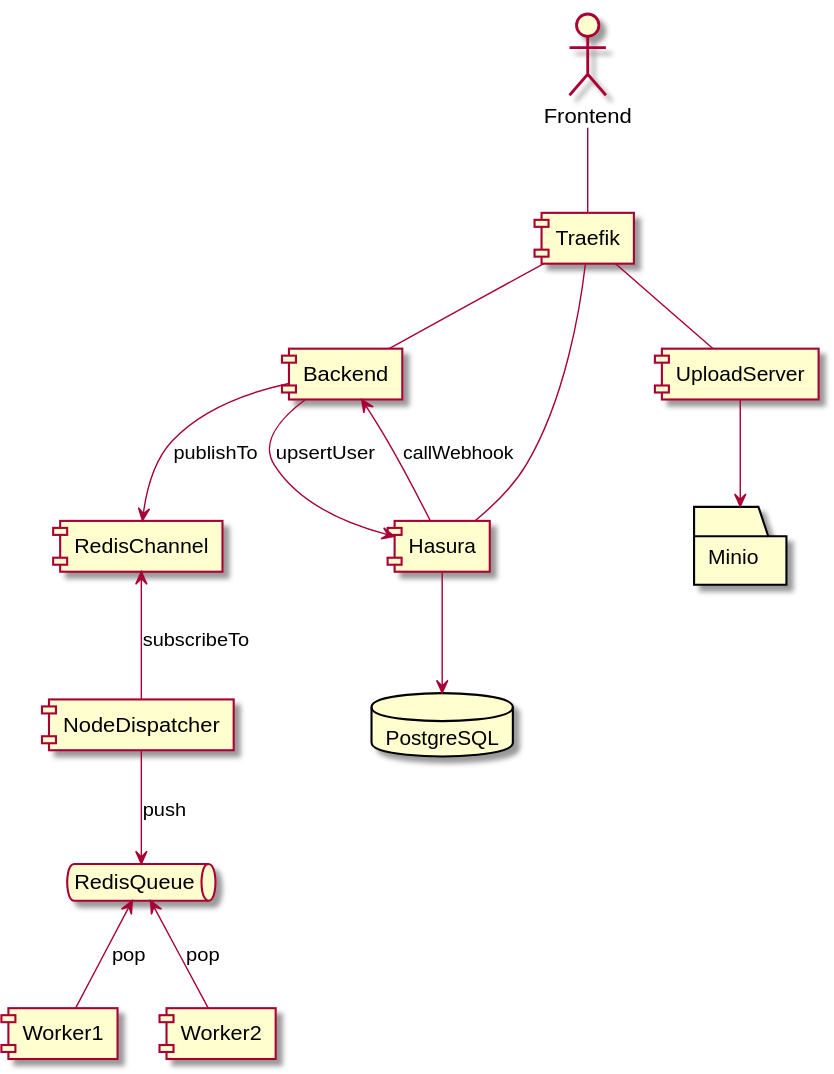
Earlier version of the PlantUML export docs/components.svg (AgID/agid-forms-backend).
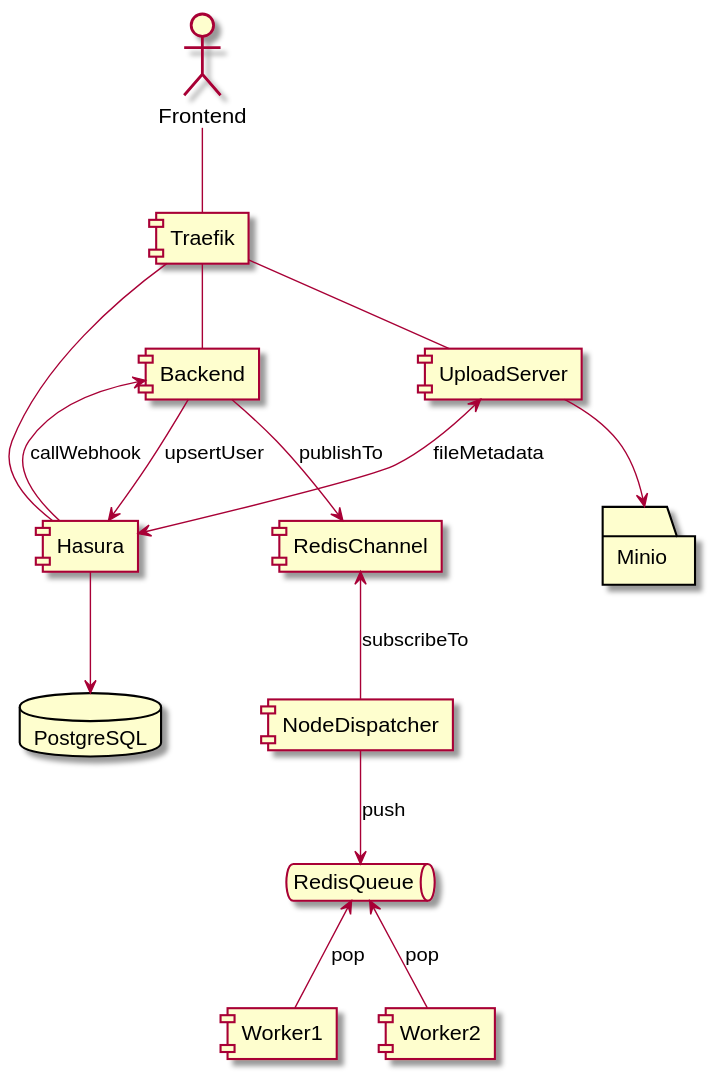
The same diagram one commit later.

Commit message:
fix component diagram

Change to the diagram source:
```diff
@@ -18,6 +18,7 @@
 Traefik -- Hasura
 Hasura --> PostgreSQL
 UploadServer --> Minio
+UploadServer <--> Hasura : fileMetadata
 Hasura --> Backend : callWebhook
 Backend --> Hasura : upsertUser
 Backend --> RedisChannel : publishTo
```
